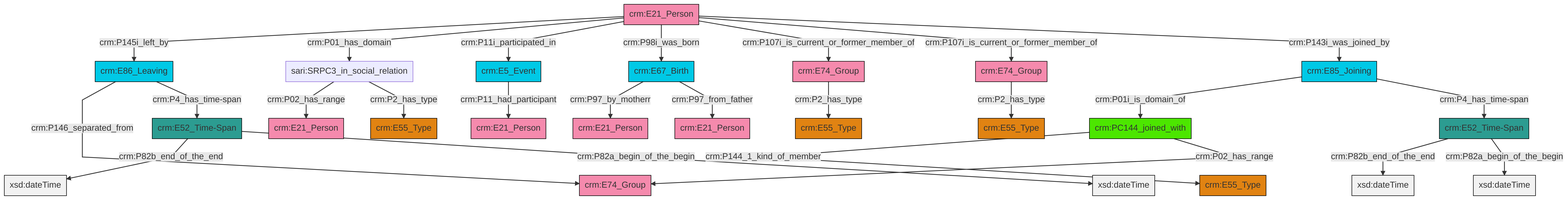
Above: et/personCSV/ttl/mmd/png/Person_Actor_Relations.png in swiss-art-research-net/reference-data-models (Mermaid), before the change. Its source is kept beside it as et/personCSV/ttl/mmd/Person_Actor_Relations.ttl.mmd.
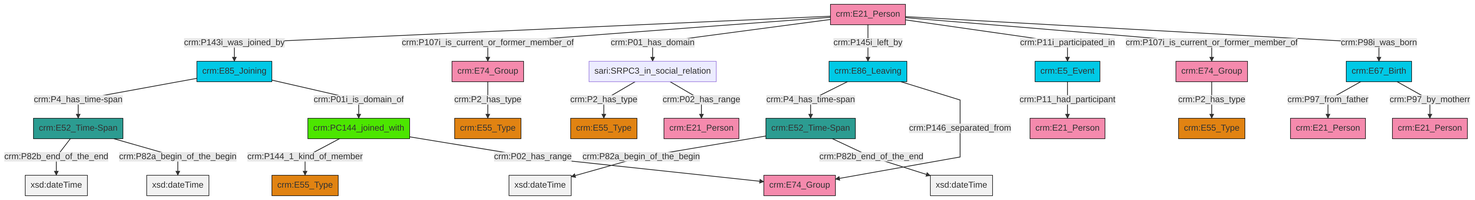
Above is the later version.

Change to the diagram source:
```diff
@@ -13,27 +13,27 @@
 classDef PC_Classes fill:#4ce600, stroke:#000000;
 classDef Multi fill:#cccccc,stroke:#000000;
 
-2["crm:E5_Event"]:::Temporal_Entity -->|crm:P11_had_participant| 3["crm:E21_Person"]:::Actor
-0["crm:E86_Leaving"]:::Temporal_Entity -->|crm:P146_separated_from| 4["crm:E74_Group"]:::Actor
-12["crm:E85_Joining"]:::Temporal_Entity -->|crm:P01i_is_domain_of| 13["crm:PC144_joined_with"]:::PC_Classes
-14["crm:E21_Person"]:::Actor -->|crm:P145i_left_by| 0["crm:E86_Leaving"]:::Temporal_Entity
-8["crm:E52_Time-Span"]:::Time-Span -->|crm:P82b_end_of_the_end| 23[xsd:dateTime]:::Literal
-14["crm:E21_Person"]:::Actor -->|crm:P01_has_domain| 17["sari:SRPC3_in_social_relation"]:::Default
-14["crm:E21_Person"]:::Actor -->|crm:P11i_participated_in| 2["crm:E5_Event"]:::Temporal_Entity
-21["crm:E67_Birth"]:::Temporal_Entity -->|crm:P97_by_motherr| 24["crm:E21_Person"]:::Actor
-17["sari:SRPC3_in_social_relation"]:::Default -->|crm:P02_has_range| 27["crm:E21_Person"]:::Actor
-8["crm:E52_Time-Span"]:::Time-Span -->|crm:P82a_begin_of_the_begin| 29[xsd:dateTime]:::Literal
-14["crm:E21_Person"]:::Actor -->|crm:P98i_was_born| 21["crm:E67_Birth"]:::Temporal_Entity
-6["crm:E74_Group"]:::Actor -->|crm:P2_has_type| 35["crm:E55_Type"]:::Type
-36["crm:E74_Group"]:::Actor -->|crm:P2_has_type| 10["crm:E55_Type"]:::Type
-0["crm:E86_Leaving"]:::Temporal_Entity -->|crm:P4_has_time-span| 8["crm:E52_Time-Span"]:::Time-Span
-14["crm:E21_Person"]:::Actor -->|crm:P107i_is_current_or_former_member_of| 6["crm:E74_Group"]:::Actor
-21["crm:E67_Birth"]:::Temporal_Entity -->|crm:P97_from_father| 33["crm:E21_Person"]:::Actor
-38["crm:E52_Time-Span"]:::Time-Span -->|crm:P82b_end_of_the_end| 42[xsd:dateTime]:::Literal
-12["crm:E85_Joining"]:::Temporal_Entity -->|crm:P4_has_time-span| 38["crm:E52_Time-Span"]:::Time-Span
-13["crm:PC144_joined_with"]:::PC_Classes -->|crm:P144_1_kind_of_member| 15["crm:E55_Type"]:::Type
-14["crm:E21_Person"]:::Actor -->|crm:P107i_is_current_or_former_member_of| 36["crm:E74_Group"]:::Actor
-14["crm:E21_Person"]:::Actor -->|crm:P143i_was_joined_by| 12["crm:E85_Joining"]:::Temporal_Entity
-17["sari:SRPC3_in_social_relation"]:::Default -->|crm:P2_has_type| 19["crm:E55_Type"]:::Type
-13["crm:PC144_joined_with"]:::PC_Classes -->|crm:P02_has_range| 4["crm:E74_Group"]:::Actor
-38["crm:E52_Time-Span"]:::Time-Span -->|crm:P82a_begin_of_the_begin| 46[xsd:dateTime]:::Literal
+2["crm:E86_Leaving"]:::Temporal_Entity -->|crm:P4_has_time-span| 3["crm:E52_Time-Span"]:::Time-Span
+4["crm:E52_Time-Span"]:::Time-Span -->|crm:P82b_end_of_the_end| 5[xsd:dateTime]:::Literal
+9["crm:E67_Birth"]:::Temporal_Entity -->|crm:P97_from_father| 10["crm:E21_Person"]:::Actor
+0["crm:E21_Person"]:::Actor -->|crm:P143i_was_joined_by| 11["crm:E85_Joining"]:::Temporal_Entity
+15["crm:PC144_joined_with"]:::PC_Classes -->|crm:P144_1_kind_of_member| 6["crm:E55_Type"]:::Type
+0["crm:E21_Person"]:::Actor -->|crm:P107i_is_current_or_former_member_of| 13["crm:E74_Group"]:::Actor
+22["sari:SRPC3_in_social_relation"]:::Default -->|crm:P2_has_type| 23["crm:E55_Type"]:::Type
+4["crm:E52_Time-Span"]:::Time-Span -->|crm:P82a_begin_of_the_begin| 27[xsd:dateTime]:::Literal
+11["crm:E85_Joining"]:::Temporal_Entity -->|crm:P4_has_time-span| 4["crm:E52_Time-Span"]:::Time-Span
+0["crm:E21_Person"]:::Actor -->|crm:P01_has_domain| 22["sari:SRPC3_in_social_relation"]:::Default
+0["crm:E21_Person"]:::Actor -->|crm:P145i_left_by| 2["crm:E86_Leaving"]:::Temporal_Entity
+0["crm:E21_Person"]:::Actor -->|crm:P11i_participated_in| 35["crm:E5_Event"]:::Temporal_Entity
+0["crm:E21_Person"]:::Actor -->|crm:P107i_is_current_or_former_member_of| 32["crm:E74_Group"]:::Actor
+3["crm:E52_Time-Span"]:::Time-Span -->|crm:P82a_begin_of_the_begin| 37[xsd:dateTime]:::Literal
+11["crm:E85_Joining"]:::Temporal_Entity -->|crm:P01i_is_domain_of| 15["crm:PC144_joined_with"]:::PC_Classes
+22["sari:SRPC3_in_social_relation"]:::Default -->|crm:P02_has_range| 39["crm:E21_Person"]:::Actor
+15["crm:PC144_joined_with"]:::PC_Classes -->|crm:P02_has_range| 30["crm:E74_Group"]:::Actor
+2["crm:E86_Leaving"]:::Temporal_Entity -->|crm:P146_separated_from| 30["crm:E74_Group"]:::Actor
+35["crm:E5_Event"]:::Temporal_Entity -->|crm:P11_had_participant| 25["crm:E21_Person"]:::Actor
+13["crm:E74_Group"]:::Actor -->|crm:P2_has_type| 20["crm:E55_Type"]:::Type
+0["crm:E21_Person"]:::Actor -->|crm:P98i_was_born| 9["crm:E67_Birth"]:::Temporal_Entity
+9["crm:E67_Birth"]:::Temporal_Entity -->|crm:P97_by_motherr| 16["crm:E21_Person"]:::Actor
+3["crm:E52_Time-Span"]:::Time-Span -->|crm:P82b_end_of_the_end| 45[xsd:dateTime]:::Literal
+32["crm:E74_Group"]:::Actor -->|crm:P2_has_type| 18["crm:E55_Type"]:::Type
```
